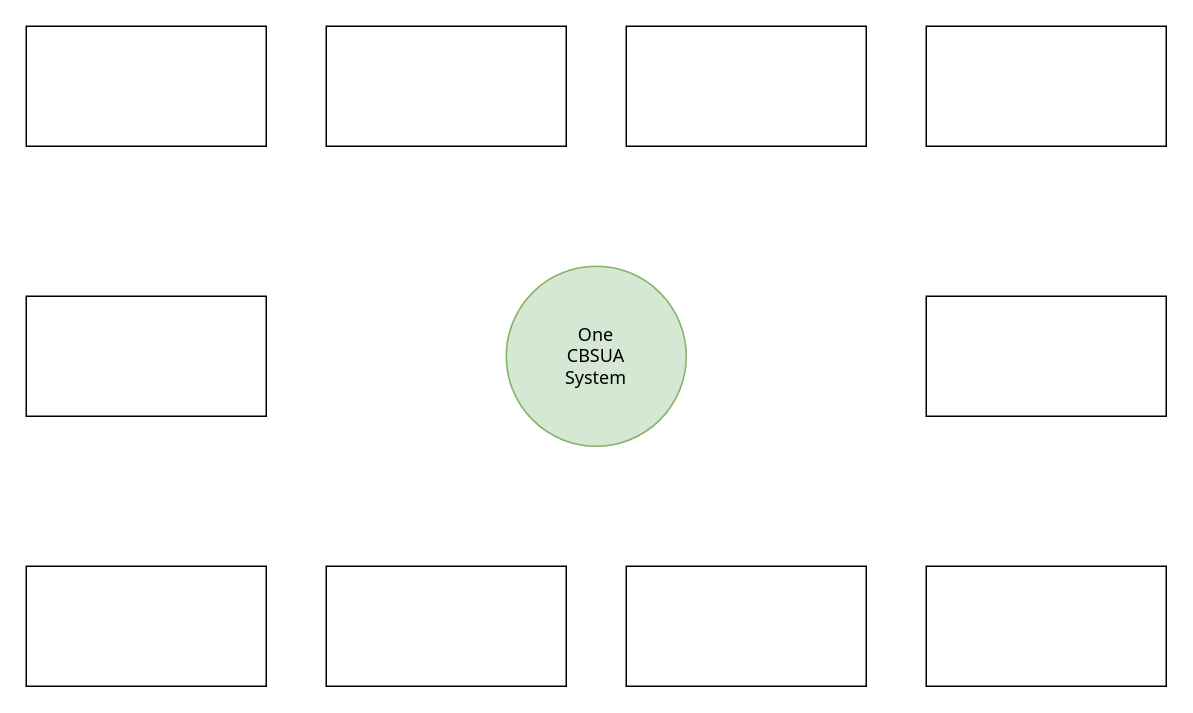
This is CBSUA ISSP 2025-2028 FIC.drawio from el-blmnt/SystemDesigns, a draw.io file, before an edit. Source tidied: cells renumbered, new cells numbered last; positions are measured from the earlier drawing's top-left corner, leaving out a move shared by most shapes. Both pictures are drawn from the tidied source at 150%, with x=0, y=0 at pixel (26, 26).
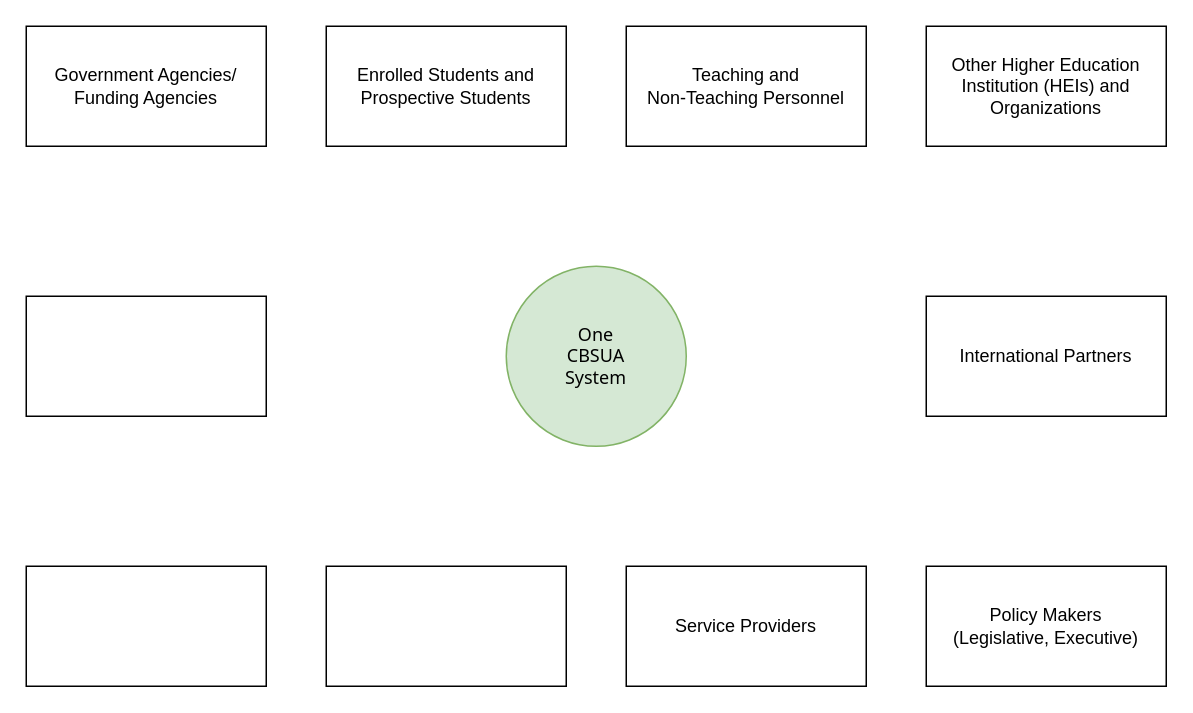
Above is the later version.

The edit, as a diff of the source:
```diff
@@
 <mxGraphModel>
   <root>
     <mxCell id="0" />
     <mxCell id="1" parent="0" />
     <mxCell id="2" value="One&lt;div&gt;CBSUA&lt;/div&gt;&lt;div&gt;System&lt;/div&gt;" style="ellipse;whiteSpace=wrap;html=1;fontFamily=Tahoma;fillColor=#d5e8d4;strokeColor=#82b366;" parent="1" vertex="1">
       <mxGeometry x="320" y="160" width="120" height="120" as="geometry" />
     </mxCell>
-    <mxCell id="3" style="rounded=0;whiteSpace=wrap;html=1;" parent="1" vertex="1">
+    <mxCell id="3" value="Government Agencies/ Funding Agencies" style="rounded=0;whiteSpace=wrap;html=1;" parent="1" vertex="1">
       <mxGeometry width="160" height="80" as="geometry" />
     </mxCell>
-    <mxCell id="4" style="rounded=0;whiteSpace=wrap;html=1;" parent="1" vertex="1">
+    <mxCell id="4" value="Enrolled Students and Prospective Students" style="rounded=0;whiteSpace=wrap;html=1;" parent="1" vertex="1">
       <mxGeometry x="200" width="160" height="80" as="geometry" />
     </mxCell>
-    <mxCell id="5" style="rounded=0;whiteSpace=wrap;html=1;" parent="1" vertex="1">
+    <mxCell id="5" value="Teaching and&lt;div&gt;Non-Teaching Personnel&lt;/div&gt;" style="rounded=0;whiteSpace=wrap;html=1;" parent="1" vertex="1">
       <mxGeometry x="400" width="160" height="80" as="geometry" />
     </mxCell>
-    <mxCell id="6" style="rounded=0;whiteSpace=wrap;html=1;" parent="1" vertex="1">
+    <mxCell id="6" value="Other Higher Education Institution (HEIs) and Organizations" style="rounded=0;whiteSpace=wrap;html=1;" parent="1" vertex="1">
       <mxGeometry x="600" width="160" height="80" as="geometry" />
     </mxCell>
     <mxCell id="7" style="rounded=0;whiteSpace=wrap;html=1;" parent="1" vertex="1">
       <mxGeometry y="360" width="160" height="80" as="geometry" />
     </mxCell>
     <mxCell id="8" style="rounded=0;whiteSpace=wrap;html=1;" parent="1" vertex="1">
       <mxGeometry x="200" y="360" width="160" height="80" as="geometry" />
     </mxCell>
-    <mxCell id="9" style="rounded=0;whiteSpace=wrap;html=1;" parent="1" vertex="1">
+    <mxCell id="9" value="Service Providers" style="rounded=0;whiteSpace=wrap;html=1;" parent="1" vertex="1">
       <mxGeometry x="400" y="360" width="160" height="80" as="geometry" />
     </mxCell>
-    <mxCell id="10" style="rounded=0;whiteSpace=wrap;html=1;" parent="1" vertex="1">
+    <mxCell id="10" value="Policy Makers&lt;div&gt;(Legislative, Executive)&lt;/div&gt;" style="rounded=0;whiteSpace=wrap;html=1;" parent="1" vertex="1">
       <mxGeometry x="600" y="360" width="160" height="80" as="geometry" />
     </mxCell>
-    <mxCell id="11" style="rounded=0;whiteSpace=wrap;html=1;" parent="1" vertex="1">
+    <mxCell id="11" value="International Partners" style="rounded=0;whiteSpace=wrap;html=1;" parent="1" vertex="1">
       <mxGeometry x="600" y="180" width="160" height="80" as="geometry" />
     </mxCell>
     <mxCell id="12" style="rounded=0;whiteSpace=wrap;html=1;" parent="1" vertex="1">
       <mxGeometry y="180" width="160" height="80" as="geometry" />
     </mxCell>
   </root>
 </mxGraphModel>
```
